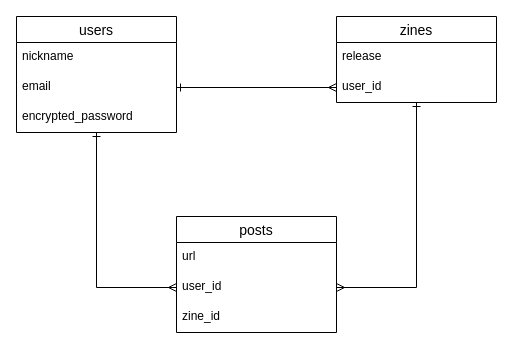
mzw86020424/oriapp32049 keeps this draw.io diagram as ER_diagram.dio. Above is the earlier version. Source tidied: cells renumbered, new cells numbered last; positions are measured from the earlier drawing's top-left corner, leaving out a move shared by most shapes. Both pictures are drawn from the tidied source at 100%, with x=0, y=0 at pixel (16, 16).
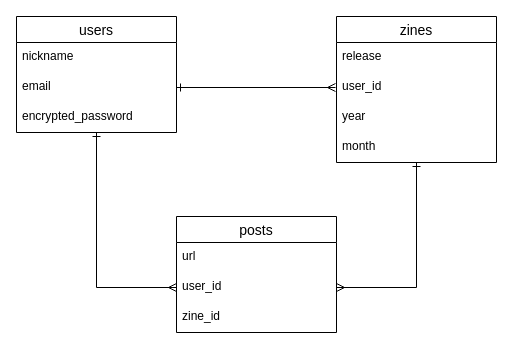
After the change.

Commit message (it also covers changes not shown here):
year/monthカラムの追加

Diff of the diagram source:
```diff
@@
 <mxGraphModel>
   <root>
     <mxCell id="0" />
     <mxCell id="1" parent="0" />
     <mxCell id="2" style="edgeStyle=orthogonalEdgeStyle;rounded=0;jettySize=auto;html=1;entryX=1;entryY=0.5;entryDx=0;entryDy=0;startArrow=ERone;startFill=0;endArrow=ERmany;endFill=0;" parent="1" edge="1" source="3" target="8">
       <mxGeometry relative="1" as="geometry" />
     </mxCell>
     <mxCell id="3" value="zines" style="swimlane;fontStyle=0;horizontal=1;startSize=26;align=center;fontSize=14;" parent="1" vertex="1">
-      <mxGeometry x="320" width="160" height="86" as="geometry" />
+      <mxGeometry x="320" width="160" height="146" as="geometry" />
     </mxCell>
     <mxCell id="4" value="release" style="text;strokeColor=none;fillColor=none;spacingLeft=4;spacingRight=4;overflow=hidden;fontSize=12;" parent="3" vertex="1">
       <mxGeometry y="26" width="160" height="30" as="geometry" />
     </mxCell>
+    <mxCell id="16" value="user_id" style="text;strokeColor=none;fillColor=none;spacingLeft=4;spacingRight=4;overflow=hidden;fontSize=12;" parent="3" vertex="1">
+      <mxGeometry y="56" width="160" height="30" as="geometry" />
+    </mxCell>
+    <mxCell id="17" value="year" style="text;strokeColor=none;fillColor=none;spacingLeft=4;spacingRight=4;overflow=hidden;fontSize=12;" parent="3" vertex="1">
+      <mxGeometry y="86" width="160" height="30" as="geometry" />
+    </mxCell>
-    <mxCell id="5" value="user_id" style="text;strokeColor=none;fillColor=none;spacingLeft=4;spacingRight=4;overflow=hidden;points=[[0,0.5],[1,0.5]];portConstraint=eastwest;fontSize=12;" parent="3" vertex="1">
-      <mxGeometry y="56" width="160" height="30" as="geometry" />
+    <mxCell id="5" value="month" style="text;strokeColor=none;fillColor=none;spacingLeft=4;spacingRight=4;overflow=hidden;points=[[0,0.5],[1,0.5]];portConstraint=eastwest;fontSize=12;" parent="3" vertex="1">
+      <mxGeometry y="116" width="160" height="30" as="geometry" />
     </mxCell>
     <mxCell id="6" value="posts" style="swimlane;fontStyle=0;horizontal=1;startSize=26;align=center;fontSize=14;" parent="1" vertex="1">
       <mxGeometry x="160" y="200" width="160" height="116" as="geometry" />
     </mxCell>
     <mxCell id="7" value="url" style="text;strokeColor=none;fillColor=none;spacingLeft=4;spacingRight=4;overflow=hidden;fontSize=12;" parent="6" vertex="1">
       <mxGeometry y="26" width="160" height="30" as="geometry" />
     </mxCell>
     <mxCell id="8" value="user_id" style="text;strokeColor=none;fillColor=none;spacingLeft=4;spacingRight=4;overflow=hidden;points=[[0,0.5],[1,0.5]];portConstraint=eastwest;fontSize=12;" parent="6" vertex="1">
       <mxGeometry y="56" width="160" height="30" as="geometry" />
     </mxCell>
     <mxCell id="9" value="zine_id" style="text;strokeColor=none;fillColor=none;spacingLeft=4;spacingRight=4;overflow=hidden;fontSize=12;" parent="6" vertex="1">
       <mxGeometry y="86" width="160" height="30" as="geometry" />
     </mxCell>
     <mxCell id="10" style="edgeStyle=orthogonalEdgeStyle;rounded=0;jettySize=auto;html=1;entryX=0;entryY=0.5;entryDx=0;entryDy=0;startArrow=ERone;startFill=0;endArrow=ERmany;endFill=0;" parent="1" edge="1" source="11" target="8">
       <mxGeometry relative="1" as="geometry" />
     </mxCell>
     <mxCell id="11" value="users" style="swimlane;fontStyle=0;horizontal=1;startSize=26;align=center;fontSize=14;" parent="1" vertex="1">
       <mxGeometry width="160" height="116" as="geometry" />
     </mxCell>
     <mxCell id="12" value="nickname" style="text;strokeColor=none;fillColor=none;spacingLeft=4;spacingRight=4;overflow=hidden;fontSize=12;" parent="11" vertex="1">
       <mxGeometry y="26" width="160" height="30" as="geometry" />
     </mxCell>
     <mxCell id="13" value="email" style="text;strokeColor=none;fillColor=none;spacingLeft=4;spacingRight=4;overflow=hidden;points=[[0,0.5],[1,0.5]];portConstraint=eastwest;fontSize=12;" parent="11" vertex="1">
       <mxGeometry y="56" width="160" height="30" as="geometry" />
     </mxCell>
     <mxCell id="14" value="encrypted_password" style="text;strokeColor=none;fillColor=none;spacingLeft=4;spacingRight=4;overflow=hidden;fontSize=12;" parent="11" vertex="1">
       <mxGeometry y="86" width="160" height="30" as="geometry" />
     </mxCell>
-    <mxCell id="15" style="edgeStyle=orthogonalEdgeStyle;rounded=0;jettySize=auto;html=1;exitX=1;exitY=0.5;exitDx=0;exitDy=0;entryX=0;entryY=0.5;entryDx=0;entryDy=0;startArrow=ERone;startFill=0;endArrow=ERmany;endFill=0;" parent="1" edge="1" source="13" target="5">
-      <mxGeometry relative="1" as="geometry" />
+    <mxCell id="15" style="edgeStyle=orthogonalEdgeStyle;rounded=0;jettySize=auto;html=1;exitX=1;exitY=0.5;exitDx=0;exitDy=0;startArrow=ERone;startFill=0;endArrow=ERmany;endFill=0;" parent="1" edge="1" source="13">
+      <mxGeometry relative="1" as="geometry">
+        <mxPoint x="319" y="71" as="targetPoint" />
+        <Array as="points">
+          <mxPoint x="319" y="71" />
+        </Array>
+      </mxGeometry>
     </mxCell>
   </root>
 </mxGraphModel>
```
